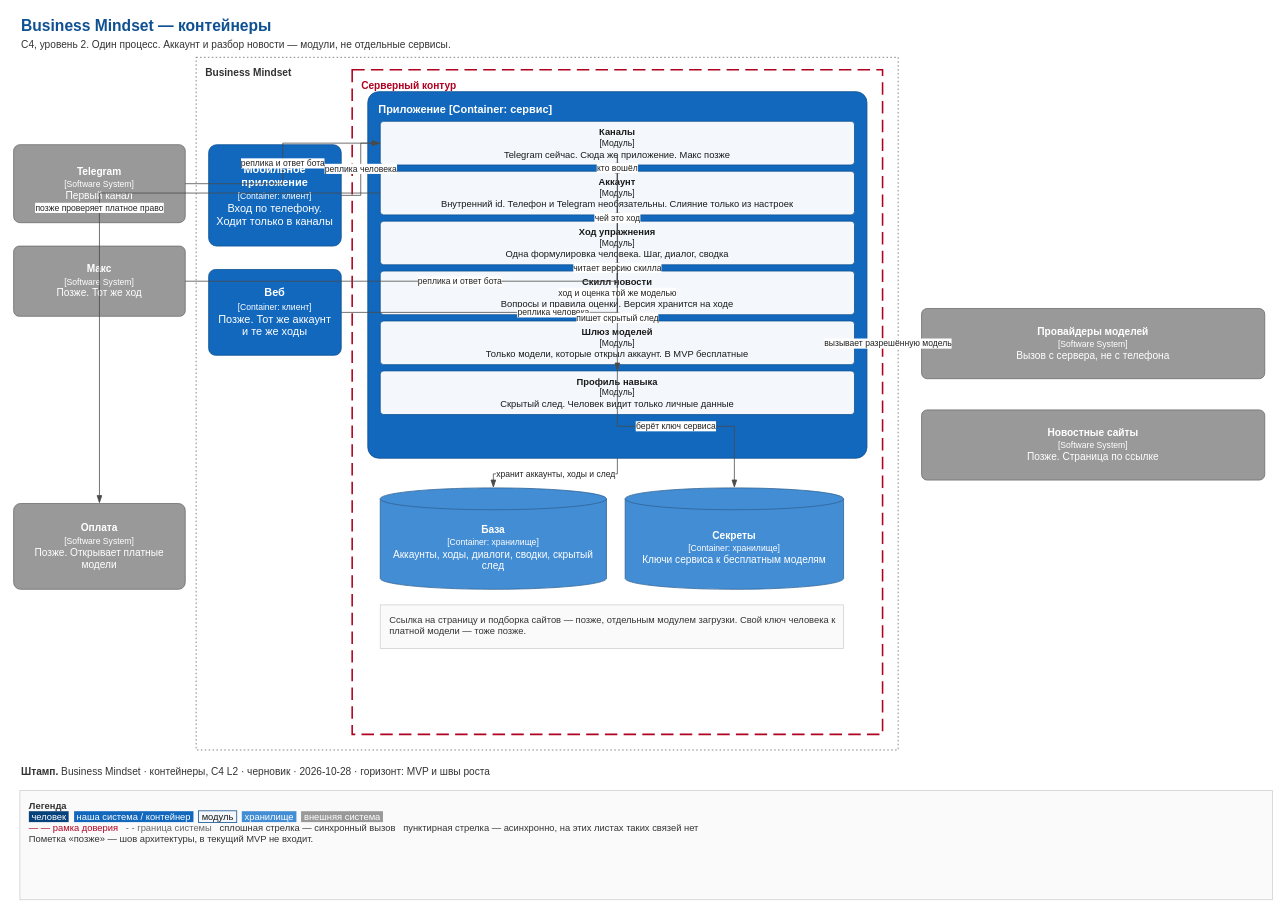
This is ProductLC/01 Big Idea/architecture/diagrams/02-containers.drawio from nletra1983/business-mindset-cloud, a draw.io file, before an edit. Source tidied: cells renumbered, new cells numbered last; positions are measured from the earlier drawing's top-left corner, leaving out a move shared by most shapes. Both pictures are drawn from the tidied source at 78%, with x=0, y=0 at pixel (13, 13).
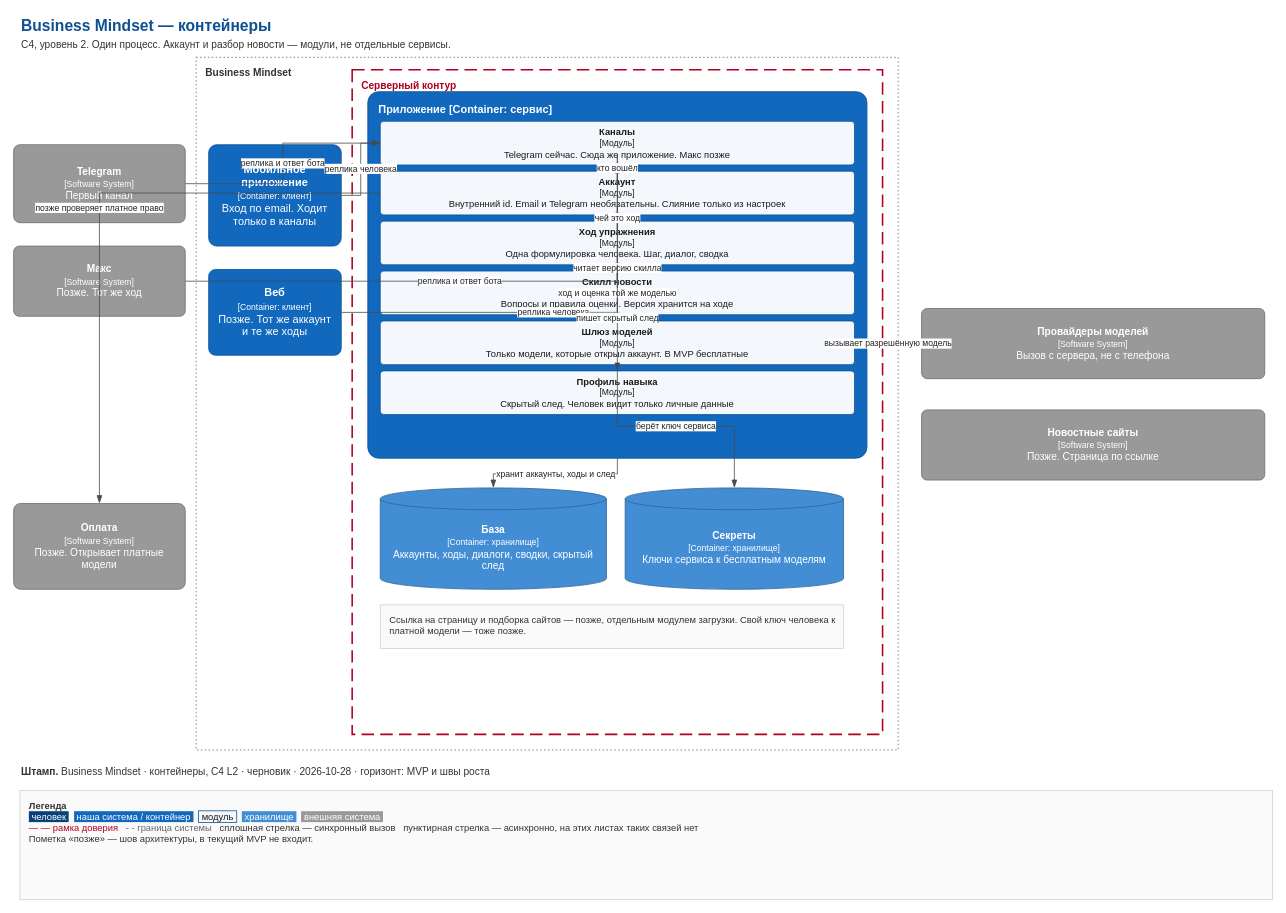
Above is the later version.

The edit, as a diff of the source:
```diff
@@
-    <mxCell id="8" value="&lt;b&gt;Аккаунт&lt;/b&gt;&lt;br&gt;&lt;font style=&quot;font-size: 11px&quot;&gt;[Модуль]&lt;/font&gt;&lt;br&gt;Внутренний id. Телефон и Telegram необязательны. Слияние только из настроек" style="rounded=1;whiteSpace=wrap;html=1;fillColor=#F4F8FC;strokeColor=#0E5091;fontColor=#1A1A1A;arcSize=8;fontFamily=Arial;fontSize=12;verticalAlign=middle;align=center;spacing=6;" parent="1" vertex="1">
+    <mxCell id="8" value="&lt;b&gt;Аккаунт&lt;/b&gt;&lt;br&gt;&lt;font style=&quot;font-size: 11px&quot;&gt;[Модуль]&lt;/font&gt;&lt;br&gt;Внутренний id. Email и Telegram необязательны. Слияние только из настроек" style="rounded=1;whiteSpace=wrap;html=1;fillColor=#F4F8FC;strokeColor=#0E5091;fontColor=#1A1A1A;arcSize=8;fontFamily=Arial;fontSize=12;verticalAlign=middle;align=center;spacing=6;" parent="1" vertex="1">
       <mxGeometry x="470" y="202" width="608" height="56" as="geometry" />
     </mxCell>
@@
-    <mxCell id="16" value="&lt;b&gt;Мобильное приложение&lt;/b&gt;&lt;br&gt;&lt;font style=&quot;font-size: 11px&quot;&gt;[Container: клиент]&lt;/font&gt;&lt;br&gt;Вход по телефону. Ходит только в каналы" style="rounded=1;whiteSpace=wrap;html=1;fillColor=#1168BD;strokeColor=#0E5091;fontColor=#ffffff;arcSize=8;fontFamily=Arial;fontSize=14;verticalAlign=middle;align=center;spacing=8;" parent="1" vertex="1">
+    <mxCell id="16" value="&lt;b&gt;Мобильное приложение&lt;/b&gt;&lt;br&gt;&lt;font style=&quot;font-size: 11px&quot;&gt;[Container: клиент]&lt;/font&gt;&lt;br&gt;Вход по email. Ходит только в каналы" style="rounded=1;whiteSpace=wrap;html=1;fillColor=#1168BD;strokeColor=#0E5091;fontColor=#ffffff;arcSize=8;fontFamily=Arial;fontSize=14;verticalAlign=middle;align=center;spacing=8;" parent="1" vertex="1">
       <mxGeometry x="250" y="168" width="170" height="130" as="geometry" />
     </mxCell>
```
